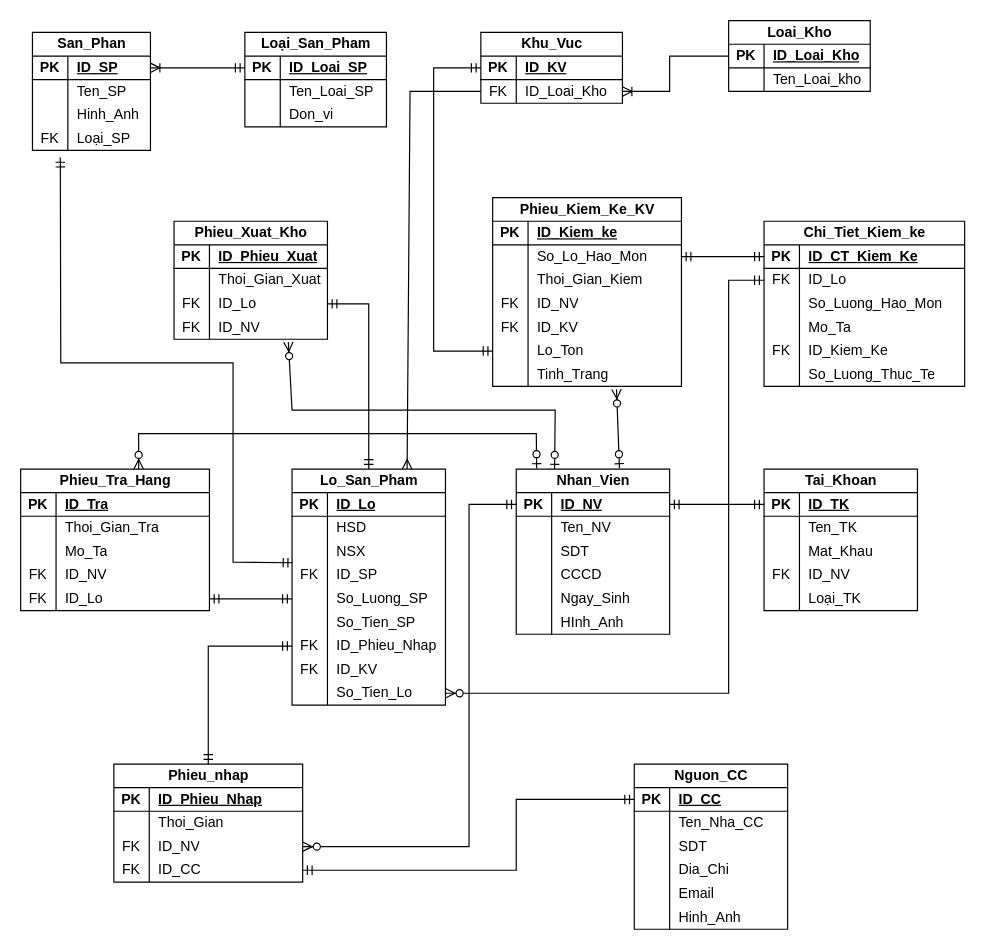
phonglhp3/OOP_khohangSieuThi keeps this draw.io diagram as Untitled Diagram.drawio. Above is the earlier version. Source tidied: cells renumbered, new cells numbered last; positions are measured from the earlier drawing's top-left corner, leaving out a move shared by most shapes. Both pictures are drawn from the tidied source at 118%, with x=0, y=0 at pixel (20, 20).
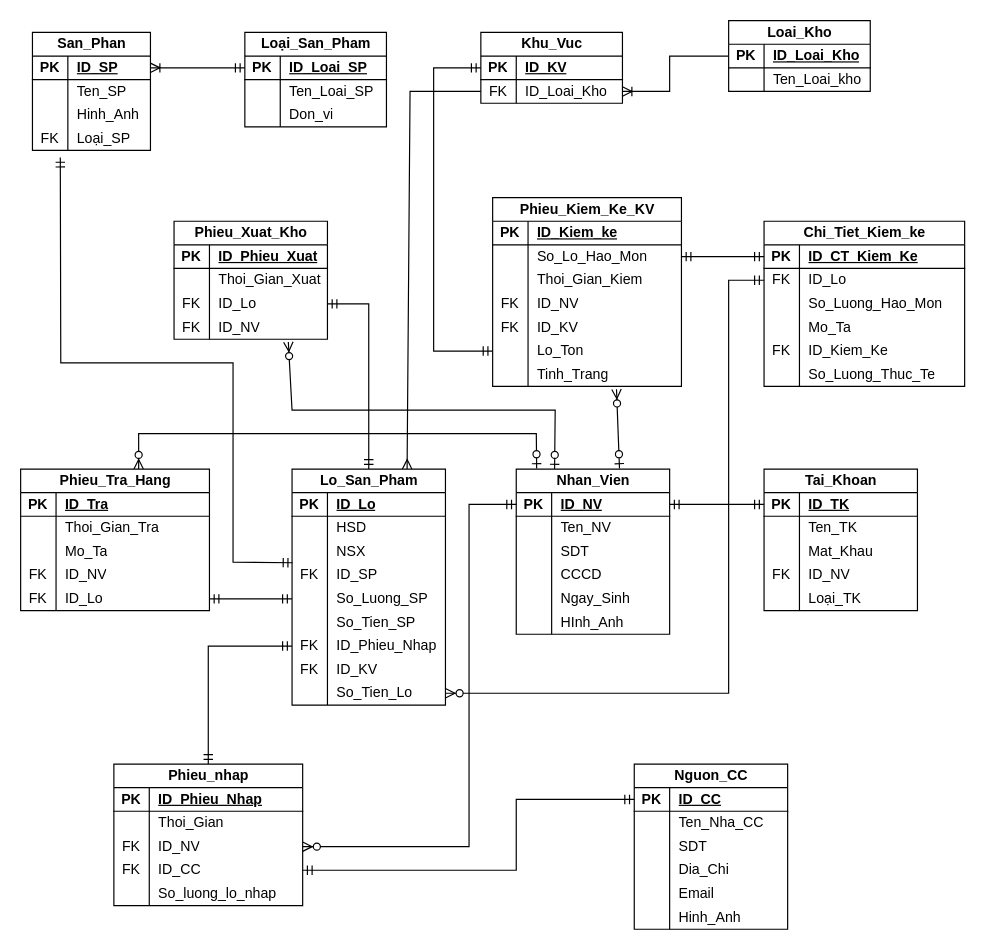
The same page after the edit.

Diff of the diagram source:
```diff
@@
     <mxCell id="153" value="Phieu_nhap" style="shape=table;startSize=20;childLayout=tableLayout;rowLines=0;fontStyle=1;align=center;html=1;" parent="1" vertex="1">
-      <mxGeometry x="79" y="630" width="160" height="100" as="geometry" />
+      <mxGeometry x="79" y="630" width="160" height="120" as="geometry" />
     </mxCell>
@@
+    <mxCell id="220" style="shape=tableRow;horizontal=0;startSize=0;swimlaneHead=0;swimlaneBody=0;fillColor=none;top=0;left=0;right=0;bottom=0;" parent="153" vertex="1">
+      <mxGeometry y="100" width="160" height="20" as="geometry" />
+    </mxCell>
+    <mxCell id="221" style="shape=partialRectangle;fillColor=none;top=0;left=0;bottom=0;right=0;overflow=hidden;whiteSpace=wrap;html=1;" parent="220" vertex="1">
+      <mxGeometry width="30" height="20" as="geometry" />
+    </mxCell>
+    <mxCell id="222" value="So_luong_lo_nhap" style="shape=partialRectangle;fillColor=none;top=0;left=0;bottom=0;right=0;align=left;spacingLeft=6;overflow=hidden;whiteSpace=wrap;html=1;" parent="220" vertex="1">
+      <mxGeometry x="30" width="130" height="20" as="geometry" />
+    </mxCell>
```
